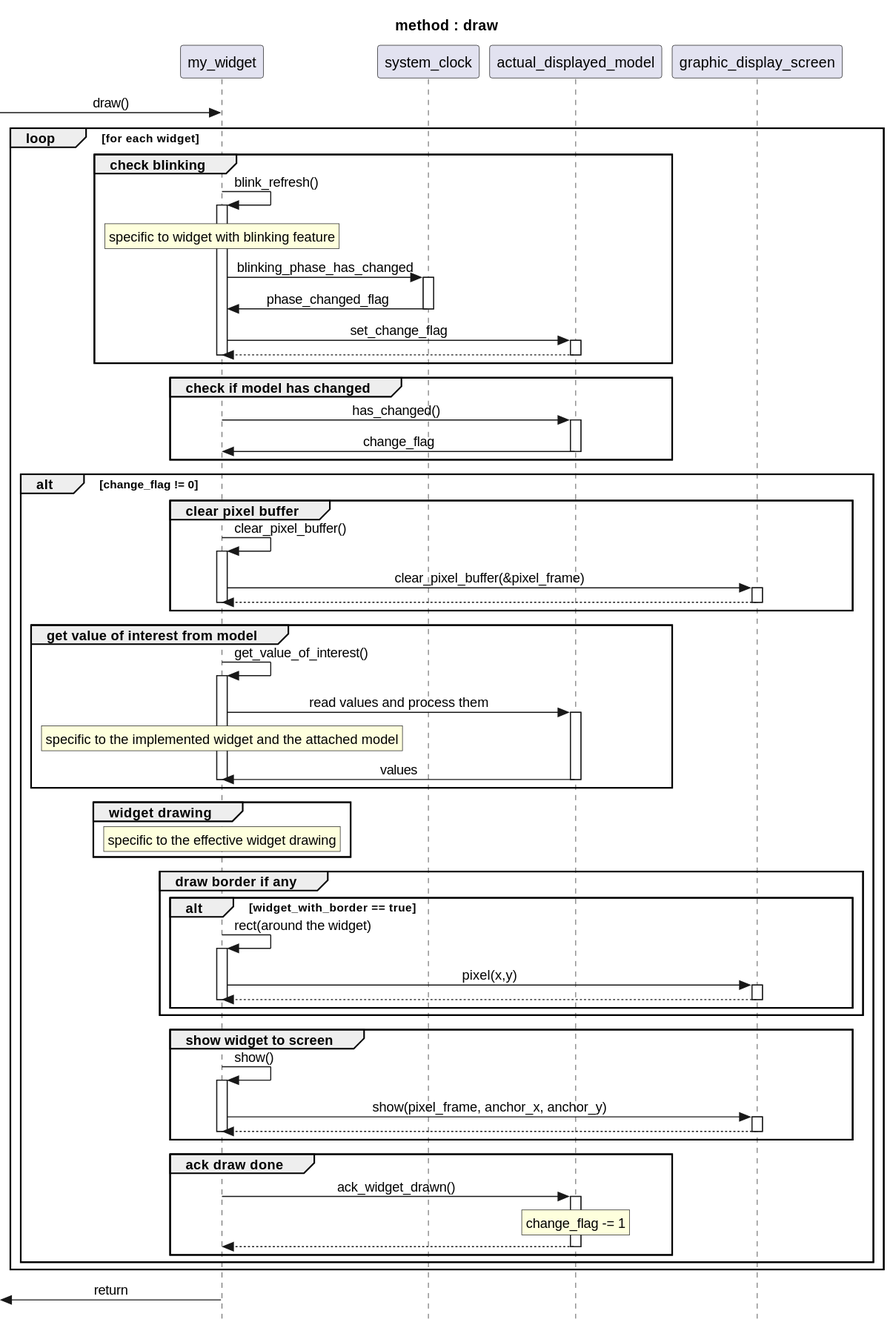
Above: docs/resource/draw.svg in xiansnn/CPP_DevKit2 (PlantUML), before the change.
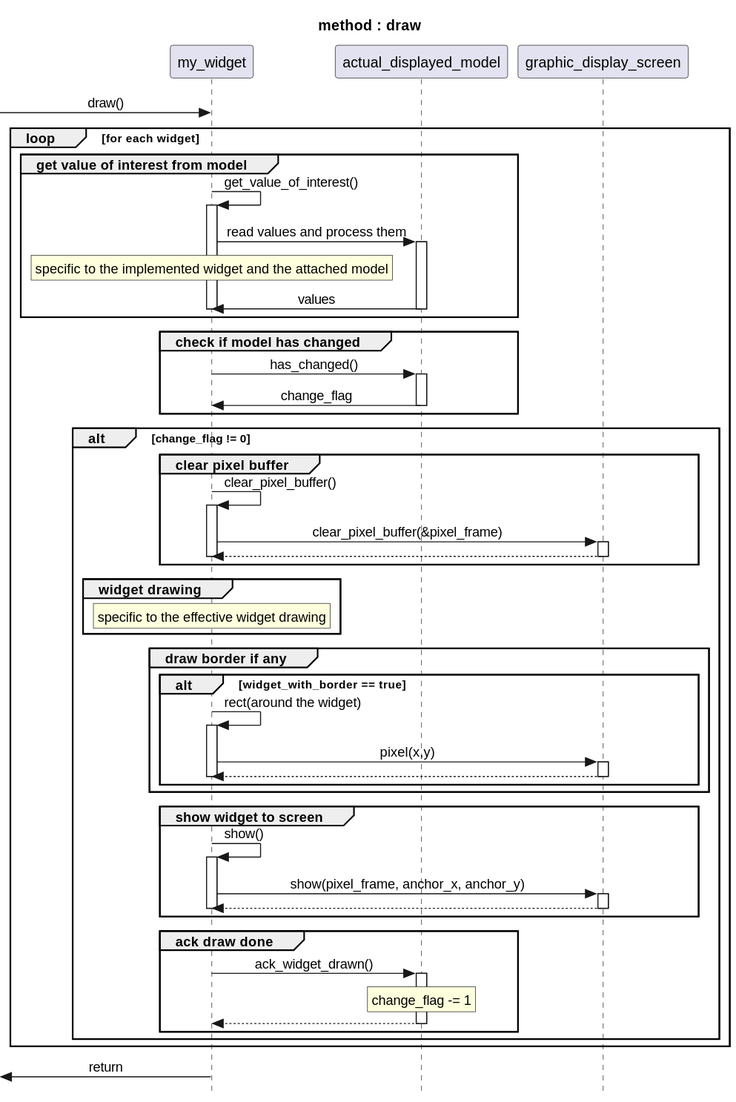
The same file after the commit.

Diff of the diagram source:
```diff
@@ -6,17 +6,13 @@
 [-> my_widget : draw()
 
 loop for each widget
-group check blinking
-my_widget -> my_widget ++ : blink_refresh()
-rnote over my_widget : specific to widget with blinking feature
-my_widget -> system_clock ++ : blinking_phase_has_changed
-my_widget <- system_clock --: phase_changed_flag
-my_widget -> actual_displayed_model ++ : set_change_flag
-return
+group get value of interest from model
+my_widget->my_widget ++: get_value_of_interest()
+actual_displayed_model <- my_widget ++: read values and process them
+rnote over my_widget : specific to the implemented widget and the attached model
+actual_displayed_model -> my_widget --: values
 deactivate my_widget
 end
-
-
 group check if model has changed
 actual_displayed_model <- my_widget ++: has_changed()
 actual_displayed_model -> my_widget --: change_flag
@@ -27,13 +23,6 @@
 my_widget -> my_widget ++: clear_pixel_buffer()
 my_widget -> graphic_display_screen ++: clear_pixel_buffer(&pixel_frame)
 return
-deactivate my_widget
-end
-group get value of interest from model
-my_widget->my_widget ++: get_value_of_interest()
-actual_displayed_model <- my_widget ++: read values and process them
-rnote over my_widget : specific to the implemented widget and the attached model
-actual_displayed_model -> my_widget --: values
 deactivate my_widget
 end
 group widget drawing
```
